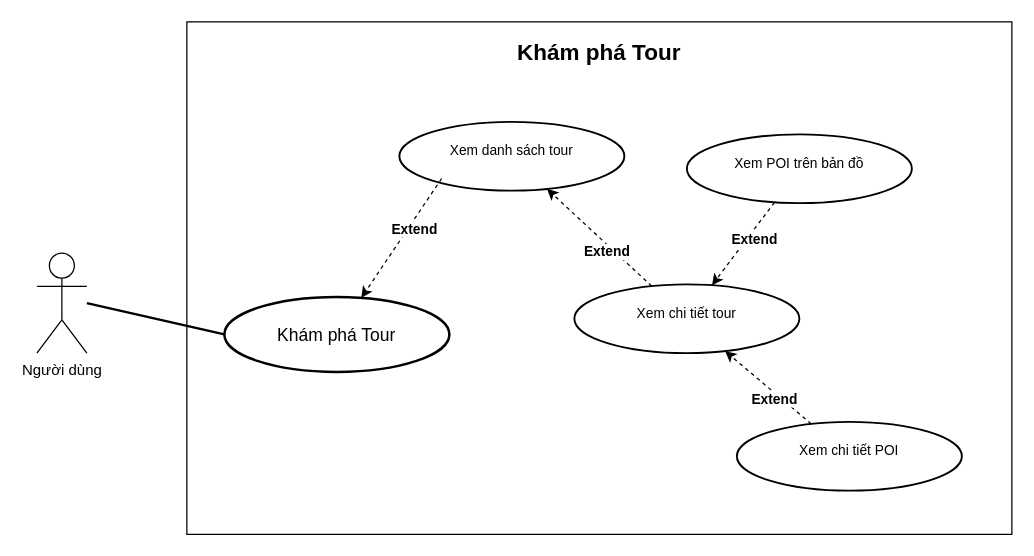
Before: page "04_KhamPhaTour" (5 of 9) of docs/diagram/usecase/app/usecase_app.drawio in sangnp-s-organiztion/food-market-narrator, a draw.io diagram. Source tidied: cells renumbered, new cells numbered last; positions are measured from the earlier drawing's top-left corner, leaving out a move shared by most shapes. Both pictures are drawn from the tidied source at 125%, with x=0, y=0 at pixel (36, 21).
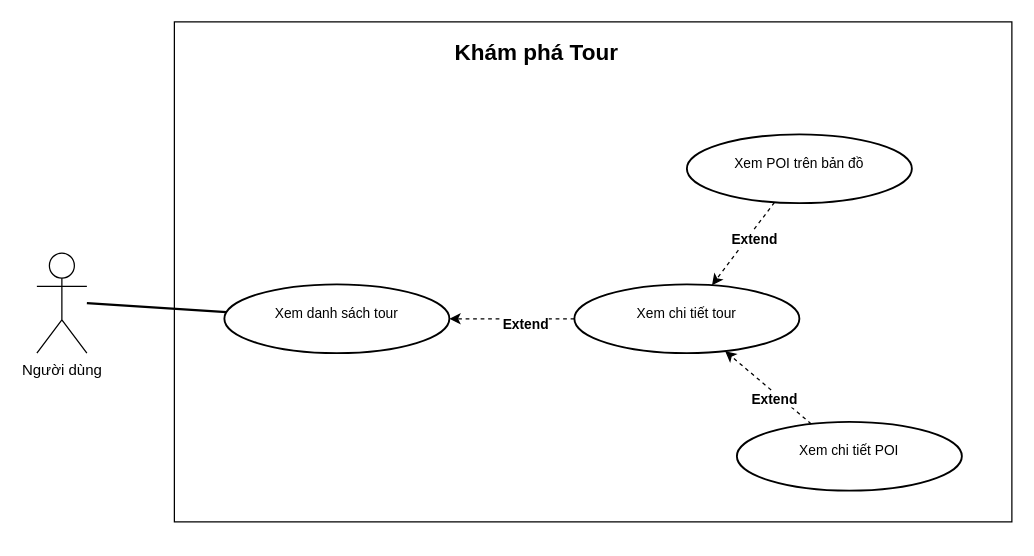
The same page after the edit.

What changed in the source:
```diff
@@
 <mxGraphModel>
   <root>
     <mxCell id="0" />
     <mxCell id="1" parent="0" />
     <mxCell id="2" value="Người dùng" style="shape=umlActor;verticalLabelPosition=bottom;verticalAlign=top;html=1;outlineConnect=0;strokeColor=#000000;fillColor=#FFFFFF;" parent="1" vertex="1">
       <mxGeometry y="185" width="40" height="80" as="geometry" />
     </mxCell>
-    <mxCell id="3" value="&lt;span style=&quot;font-weight: normal;&quot;&gt;Khám phá Tour&lt;/span&gt;" style="ellipse;whiteSpace=wrap;html=1;strokeWidth=2;fillColor=#FFFFFF;strokeColor=#000000;verticalAlign=top;spacing=6;spacingTop=12;spacingBottom=12;spacingLeft=12;spacingRight=12;fontSize=14;fontStyle=1;labelBackgroundColor=none;align=center;" parent="1" vertex="1">
-      <mxGeometry x="150" y="220" width="180" height="60" as="geometry" />
-    </mxCell>
-    <mxCell id="4" style="endArrow=none;html=1;strokeWidth=2;entryX=0;entryY=0.5;entryDx=0;entryDy=0;exitX=1;exitY=0.5;exitDx=0;exitDy=0;strokeColor=#000000;fillColor=#FFFFFF;" parent="1" edge="1" source="2" target="3">
+    <mxCell id="4" style="endArrow=none;html=1;strokeWidth=2;exitX=1;exitY=0.5;exitDx=0;exitDy=0;strokeColor=#000000;fillColor=#FFFFFF;" parent="1" edge="1" source="2" target="5">
       <mxGeometry relative="1" as="geometry" />
     </mxCell>
     <mxCell id="5" value="Xem danh sách tour" style="ellipse;whiteSpace=wrap;html=1;strokeWidth=1.5;fillColor=#FFFFFF;strokeColor=#000000;verticalAlign=top;spacing=4;spacingTop=8;spacingBottom=8;spacingLeft=8;spacingRight=8;fontSize=11;fontStyle=0;labelBackgroundColor=none;" parent="1" vertex="1">
-      <mxGeometry x="290" y="80" width="180" height="55" as="geometry" />
+      <mxGeometry x="150" y="210" width="180" height="55" as="geometry" />
     </mxCell>
     <mxCell id="6" value="Xem chi tiết tour" style="ellipse;whiteSpace=wrap;html=1;strokeWidth=1.5;fillColor=#FFFFFF;strokeColor=#000000;verticalAlign=top;spacing=4;spacingTop=8;spacingBottom=8;spacingLeft=8;spacingRight=8;fontSize=11;fontStyle=0;labelBackgroundColor=none;" parent="1" vertex="1">
       <mxGeometry x="430" y="210" width="180" height="55" as="geometry" />
     </mxCell>
     <mxCell id="7" value="Xem POI trên bản đồ" style="ellipse;whiteSpace=wrap;html=1;strokeWidth=1.5;fillColor=#FFFFFF;strokeColor=#000000;verticalAlign=top;spacing=4;spacingTop=8;spacingBottom=8;spacingLeft=8;spacingRight=8;fontSize=11;fontStyle=0;labelBackgroundColor=none;" parent="1" vertex="1">
       <mxGeometry x="520" y="90" width="180" height="55" as="geometry" />
     </mxCell>
     <mxCell id="8" style="endArrow=classic;html=1;strokeWidth=1;dashed=1;strokeColor=#000000;fillColor=#FFFFFF;" parent="1" edge="1" source="7" target="6">
       <mxGeometry relative="1" as="geometry" />
     </mxCell>
     <mxCell id="9" value="&lt;b&gt;Extend&lt;/b&gt;" style="edgeLabel;html=1;align=center;verticalAlign=middle;" parent="8" vertex="1">
       <mxGeometry x="-0.2" y="4" relative="1" as="geometry" />
     </mxCell>
-    <mxCell id="10" style="endArrow=classic;html=1;strokeWidth=1;dashed=1;strokeColor=#000000;fillColor=#FFFFFF;exitX=0.188;exitY=0.824;exitDx=0;exitDy=0;exitPerimeter=0;" parent="1" edge="1" source="5" target="3">
-      <mxGeometry relative="1" as="geometry" />
-    </mxCell>
-    <mxCell id="11" value="&lt;b&gt;Extend&lt;/b&gt;" style="edgeLabel;html=1;align=center;verticalAlign=middle;" parent="10" vertex="1">
-      <mxGeometry x="-0.2" y="4" relative="1" as="geometry" />
-    </mxCell>
     <mxCell id="12" style="endArrow=classic;html=1;strokeWidth=1;dashed=1;strokeColor=#000000;fillColor=#FFFFFF;" parent="1" edge="1" source="6" target="5">
       <mxGeometry relative="1" as="geometry" />
     </mxCell>
     <mxCell id="13" value="&lt;b&gt;Extend&lt;/b&gt;" style="edgeLabel;html=1;align=center;verticalAlign=middle;" parent="12" vertex="1">
       <mxGeometry x="-0.2" y="4" relative="1" as="geometry" />
     </mxCell>
     <mxCell id="14" value="Xem chi tiết POI" style="ellipse;whiteSpace=wrap;html=1;strokeWidth=1.5;fillColor=#FFFFFF;strokeColor=#000000;verticalAlign=top;spacing=4;spacingTop=8;spacingBottom=8;spacingLeft=8;spacingRight=8;fontSize=11;fontStyle=0;labelBackgroundColor=none;" parent="1" vertex="1">
       <mxGeometry x="560" y="320" width="180" height="55" as="geometry" />
     </mxCell>
     <mxCell id="15" style="endArrow=classic;html=1;strokeWidth=1;dashed=1;strokeColor=#000000;fillColor=#FFFFFF;" parent="1" edge="1" source="14" target="6">
       <mxGeometry relative="1" as="geometry" />
     </mxCell>
     <mxCell id="16" value="&lt;b&gt;Extend&lt;/b&gt;" style="edgeLabel;html=1;align=center;verticalAlign=middle;" parent="15" vertex="1">
       <mxGeometry x="-0.2" y="4" relative="1" as="geometry" />
     </mxCell>
     <mxCell id="17" style="rounded=0;whiteSpace=wrap;html=1;fillColor=none;" parent="1" vertex="1">
-      <mxGeometry x="120" width="660" height="410" as="geometry" />
+      <mxGeometry x="110" width="670" height="400" as="geometry" />
     </mxCell>
     <mxCell id="18" value="&lt;font style=&quot;font-size: 18px;&quot;&gt;&lt;b&gt;Khám phá Tour&lt;/b&gt;&lt;/font&gt;" style="text;html=1;whiteSpace=wrap;strokeColor=none;fillColor=none;align=center;verticalAlign=middle;rounded=0;" parent="1" vertex="1">
-      <mxGeometry x="375" y="10" width="150" height="30" as="geometry" />
+      <mxGeometry x="325" y="10" width="150" height="30" as="geometry" />
     </mxCell>
   </root>
 </mxGraphModel>
```
